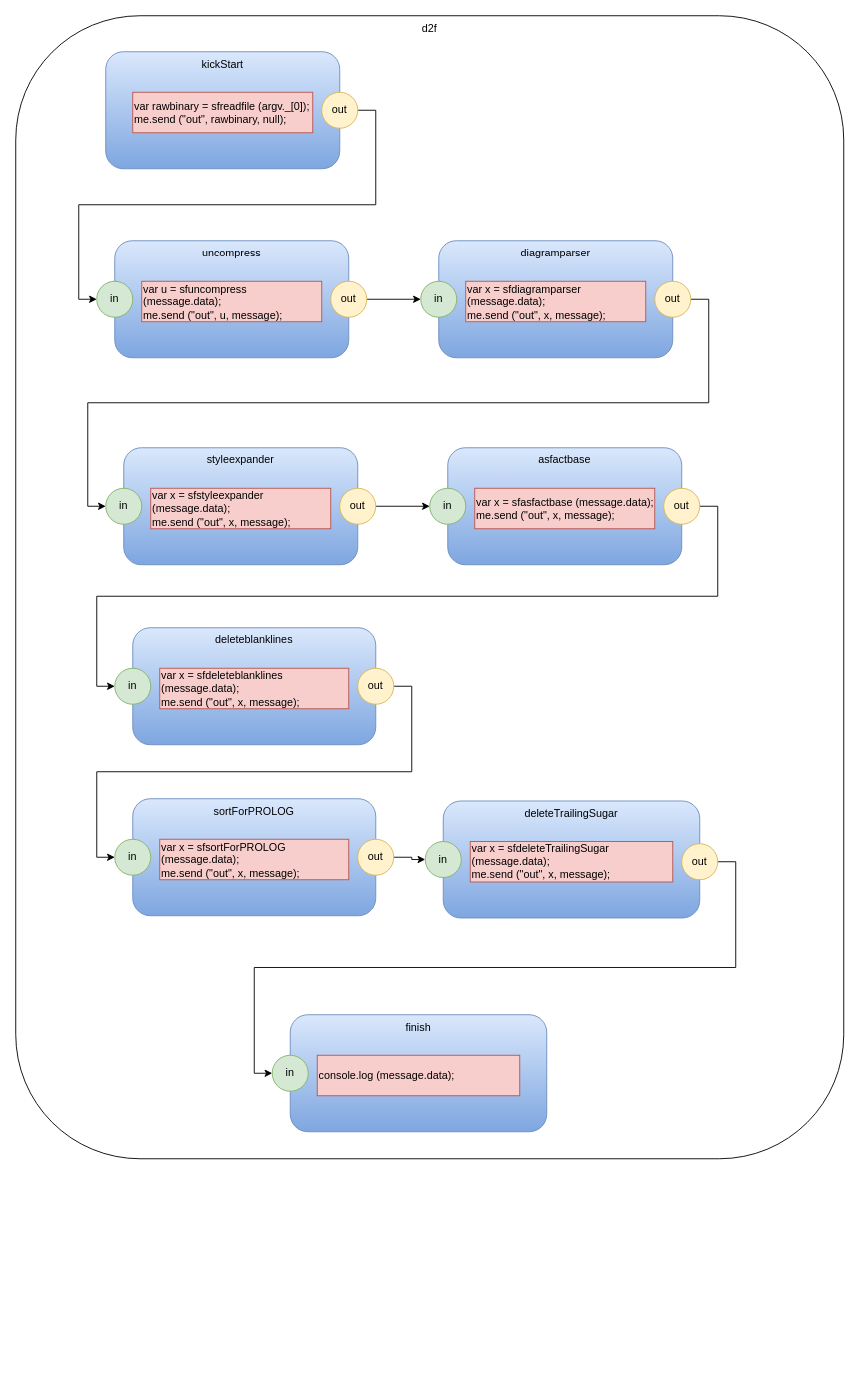
Before: d2f.drawio in guitarvydas/d2json, a draw.io diagram. Source tidied: cells renumbered, new cells numbered last; positions are measured from the earlier drawing's top-left corner, leaving out a move shared by most shapes. Both pictures are drawn from the tidied source at 90%, with x=0, y=0 at pixel (15, 15).
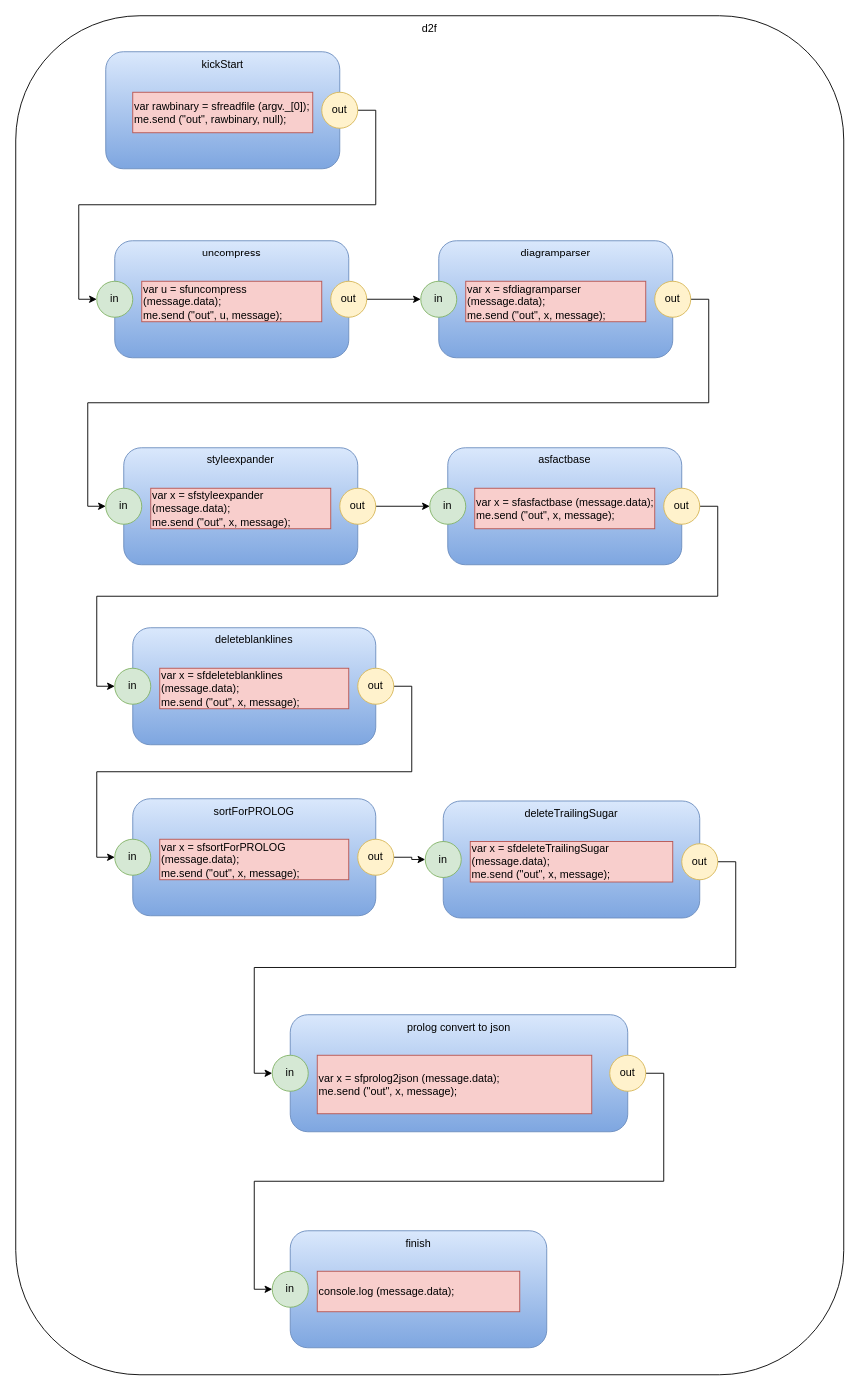
The same diagram, later.

Change to the diagram source:
```diff
@@
     <mxCell id="2" value="d2f" style="rounded=1;whiteSpace=wrap;html=1;verticalAlign=top;" parent="1" vertex="1">
-      <mxGeometry width="920" height="1270" as="geometry" />
+      <mxGeometry width="920" height="1510" as="geometry" />
     </mxCell>
@@
-    <mxCell id="42" value="finish" style="rounded=1;whiteSpace=wrap;html=1;gradientColor=#7ea6e0;fillColor=#dae8fc;strokeColor=#6c8ebf;verticalAlign=top;" parent="1" vertex="1">
-      <mxGeometry x="305" y="1110" width="285" height="130" as="geometry" />
+    <mxCell id="42" value="prolog convert to json" style="rounded=1;whiteSpace=wrap;html=1;gradientColor=#7ea6e0;fillColor=#dae8fc;strokeColor=#6c8ebf;verticalAlign=top;" parent="1" vertex="1">
+      <mxGeometry x="305" y="1110" width="375" height="130" as="geometry" />
     </mxCell>
-    <mxCell id="43" value="console.log (message.data);&lt;br&gt;&lt;div&gt;&lt;/div&gt;" style="rounded=0;whiteSpace=wrap;html=1;fillColor=#f8cecc;strokeColor=#b85450;align=left;" parent="1" vertex="1">
-      <mxGeometry x="335" y="1155" width="225" height="45" as="geometry" />
+    <mxCell id="43" value="var x = sfprolog2json (message.data);&lt;br&gt;me.send (&quot;out&quot;, x, message);&lt;br&gt;&lt;div&gt;&lt;/div&gt;" style="rounded=0;whiteSpace=wrap;html=1;fillColor=#f8cecc;strokeColor=#b85450;align=left;" parent="1" vertex="1">
+      <mxGeometry x="335" y="1155" width="305" height="65" as="geometry" />
     </mxCell>
@@
+    <mxCell id="45" value="finish" style="rounded=1;whiteSpace=wrap;html=1;gradientColor=#7ea6e0;fillColor=#dae8fc;strokeColor=#6c8ebf;verticalAlign=top;" parent="1" vertex="1">
+      <mxGeometry x="305" y="1350" width="285" height="130" as="geometry" />
+    </mxCell>
+    <mxCell id="46" value="console.log (message.data);&lt;br&gt;&lt;div&gt;&lt;/div&gt;" style="rounded=0;whiteSpace=wrap;html=1;fillColor=#f8cecc;strokeColor=#b85450;align=left;" parent="1" vertex="1">
+      <mxGeometry x="335" y="1395" width="225" height="45" as="geometry" />
+    </mxCell>
+    <mxCell id="47" value="in" style="ellipse;whiteSpace=wrap;html=1;fillColor=#d5e8d4;strokeColor=#82b366;" parent="1" vertex="1">
+      <mxGeometry x="285" y="1395" width="40" height="40" as="geometry" />
+    </mxCell>
+    <mxCell id="48" style="edgeStyle=orthogonalEdgeStyle;rounded=0;jettySize=auto;html=1;exitX=1;exitY=0.5;exitDx=0;exitDy=0;entryX=0;entryY=0.5;entryDx=0;entryDy=0;" parent="1" edge="1" source="49" target="47">
+      <mxGeometry relative="1" as="geometry" />
+    </mxCell>
+    <mxCell id="49" value="out" style="ellipse;whiteSpace=wrap;html=1;fillColor=#fff2cc;strokeColor=#d6b656;" parent="1" vertex="1">
+      <mxGeometry x="660" y="1155" width="40" height="40" as="geometry" />
+    </mxCell>
```
